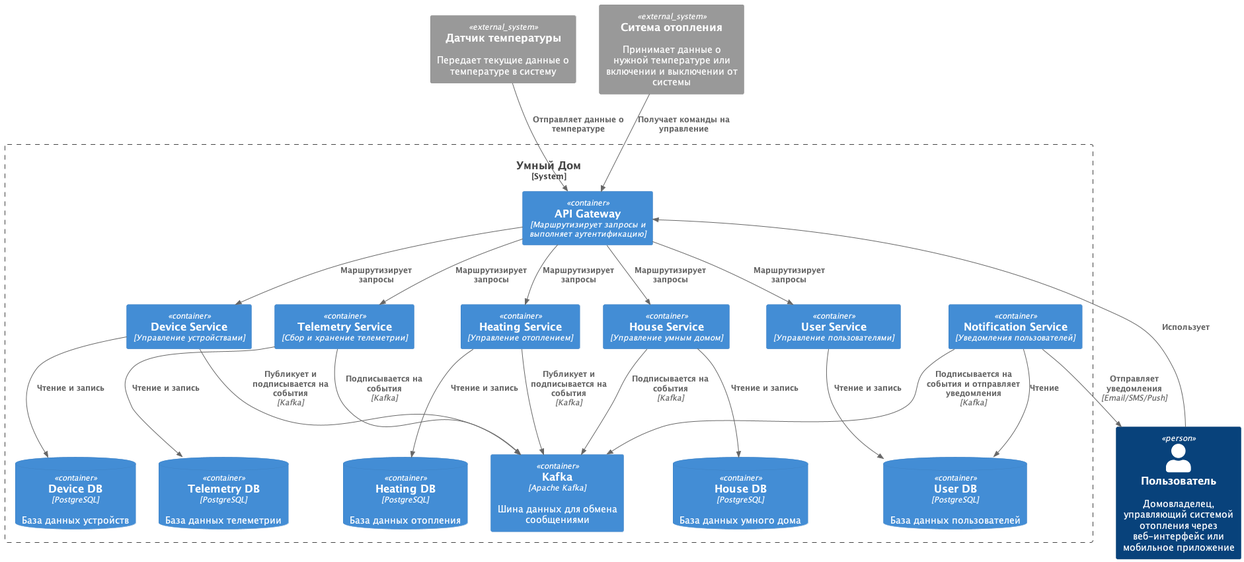
Before: docs/diagrams/out/task_2/smart_home_container.png, a diagram exported from PlantUML (Veles-Pan/practicum-architecture-sprint-3). Source of this version:
```plantuml
@startuml smart_home_container

!include C4_Context.puml
!include C4_Container.puml
!include C4_Component.puml

Person(User, "Пользователь", "Домовладелец, управляющий системой отопления через веб-интерфейс или мобильное приложение")
System_Ext(TemperatureSensor, "Датчик температуры", "Передает текущие данные о температуре в систему")
System_Ext(HeatingSystem, "Ситема отопления", "Принимает данные о нужной температуре или включении и выключении от системы")

System_Boundary(system, "Умный Дом") {

    Container(apiGateway, "API Gateway", "Маршрутизирует запросы и выполняет аутентификацию")

    Container(heatingService, "Heating Service", "Управление отоплением")
    Container(houseService, "House Service", "Управление умным домом")
    Container(userService, "User Service", "Управление пользователями")
    Container(deviceService, "Device Service", "Управление устройствами")
    Container(telemetryService, "Telemetry Service", "Сбор и хранение телеметрии")
    Container(notificationService, "Notification Service", "Уведомления пользователей")

    ContainerDb(heatingDB, "Heating DB", "PostgreSQL", "База данных отопления")
    ContainerDb(houseDB, "House DB", "PostgreSQL", "База данных умного дома")
    ContainerDb(UserDB, "User DB", "PostgreSQL", "База данных пользователей")
    ContainerDb(telemetryDB, "Telemetry DB", "PostgreSQL", "База данных телеметрии")
    ContainerDb(deviceDB, "Device DB", "PostgreSQL", "База данных устройств")

    Container(kafka, "Kafka", "Apache Kafka", "Шина данных для обмена сообщениями")

}

Rel(User, apiGateway, "Использует")
Rel(TemperatureSensor, apiGateway, "Отправляет данные о температуре")
Rel(HeatingSystem, apiGateway, "Получает команды на управление")
Rel(apiGateway, heatingService, "Маршрутизирует запросы")
Rel(apiGateway, houseService, "Маршрутизирует запросы")
Rel(apiGateway, userService, "Маршрутизирует запросы")
Rel(apiGateway, deviceService, "Маршрутизирует запросы")
Rel(apiGateway, telemetryService, "Маршрутизирует запросы")

Rel(heatingService, heatingDB, "Чтение и запись")
Rel(userService, UserDB, "Чтение и запись")
Rel(houseService, houseDB, "Чтение и запись")
Rel(notificationService, UserDB, "Чтение")
Rel(telemetryService, telemetryDB, "Чтение и запись")
Rel(deviceService, deviceDB, "Чтение и запись")

Rel(heatingService, kafka, "Публикует и подписывается на события", "Kafka")
Rel(notificationService, kafka, "Подписывается на события и отправляет уведомления", "Kafka")
Rel(deviceService, kafka, "Публикует и подписывается на события", "Kafka")
Rel(houseService, kafka, "Подписывается на события", "Kafka")
Rel(telemetryService, kafka, "Подписывается на события", "Kafka")


Rel(notificationService, User, "Отправляет уведомления", "Email/SMS/Push")

@enduml
```
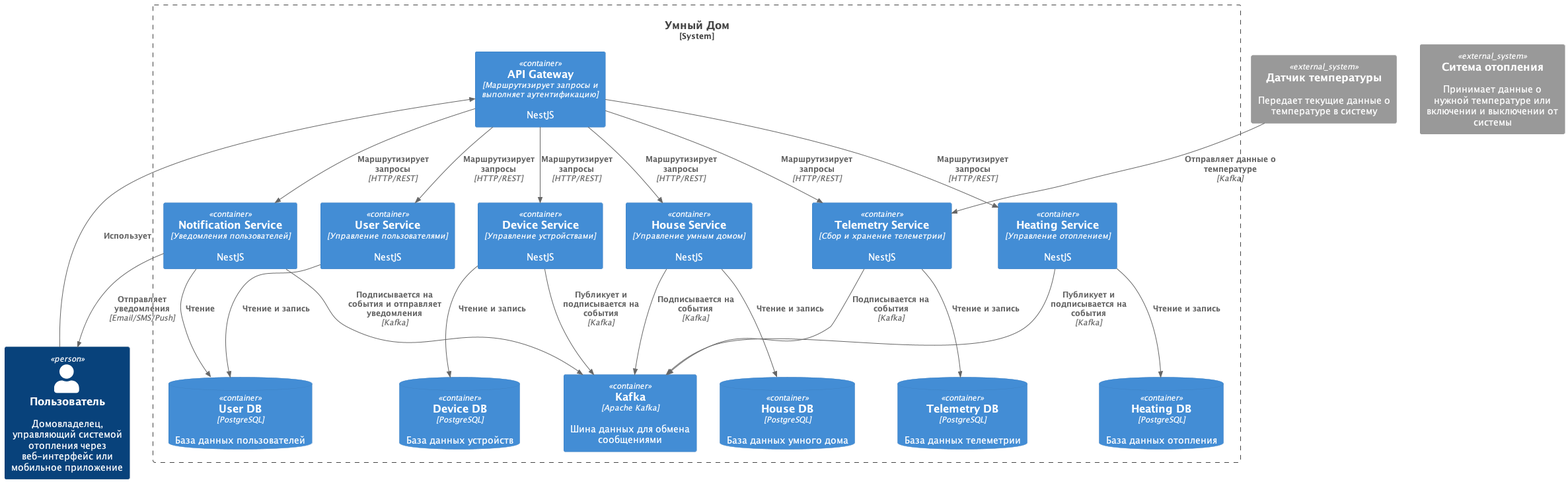
The same diagram one commit later.

What changed in the source:
```diff
@@ -10,14 +10,15 @@
 
 System_Boundary(system, "Умный Дом") {
 
-    Container(apiGateway, "API Gateway", "Маршрутизирует запросы и выполняет аутентификацию")
+    Container(apiGateway, "API Gateway", "Маршрутизирует запросы и выполняет аутентификацию", "NestJS")
 
-    Container(heatingService, "Heating Service", "Управление отоплением")
-    Container(houseService, "House Service", "Управление умным домом")
-    Container(userService, "User Service", "Управление пользователями")
-    Container(deviceService, "Device Service", "Управление устройствами")
-    Container(telemetryService, "Telemetry Service", "Сбор и хранение телеметрии")
-    Container(notificationService, "Notification Service", "Уведомления пользователей")
+    Container(heatingService, "Heating Service", "Управление отоплением", "NestJS")
+    Container(deviceService, "Device Service", "Управление устройствами", "NestJS")
+    Container(houseService, "House Service", "Управление умным домом", "NestJS")
+    Container(userService, "User Service", "Управление пользователями", "NestJS")
+    Container(telemetryService, "Telemetry Service", "Сбор и хранение телеметрии", "NestJS")
+    Container(notificationService, "Notification Service", "Уведомления пользователей", "NestJS")
+
 
     ContainerDb(heatingDB, "Heating DB", "PostgreSQL", "База данных отопления")
     ContainerDb(houseDB, "House DB", "PostgreSQL", "База данных умного дома")
@@ -30,13 +31,13 @@
 }
 
 Rel(User, apiGateway, "Использует")
-Rel(TemperatureSensor, apiGateway, "Отправляет данные о температуре")
-Rel(HeatingSystem, apiGateway, "Получает команды на управление")
-Rel(apiGateway, heatingService, "Маршрутизирует запросы")
-Rel(apiGateway, houseService, "Маршрутизирует запросы")
-Rel(apiGateway, userService, "Маршрутизирует запросы")
-Rel(apiGateway, deviceService, "Маршрутизирует запросы")
-Rel(apiGateway, telemetryService, "Маршрутизирует запросы")
+Rel(TemperatureSensor, telemetryService, "Отправляет данные о температуре", "Kafka")
+Rel(apiGateway, heatingService, "Маршрутизирует запросы", "HTTP/REST")
+Rel(apiGateway, houseService, "Маршрутизирует запросы", "HTTP/REST")
+Rel(apiGateway, userService, "Маршрутизирует запросы", "HTTP/REST")
+Rel(apiGateway, deviceService, "Маршрутизирует запросы", "HTTP/REST")
+Rel(apiGateway, telemetryService, "Маршрутизирует запросы", "HTTP/REST")
+Rel(apiGateway, notificationService, "Маршрутизирует запросы", "HTTP/REST")
 
 Rel(heatingService, heatingDB, "Чтение и запись")
 Rel(userService, UserDB, "Чтение и запись")
```
